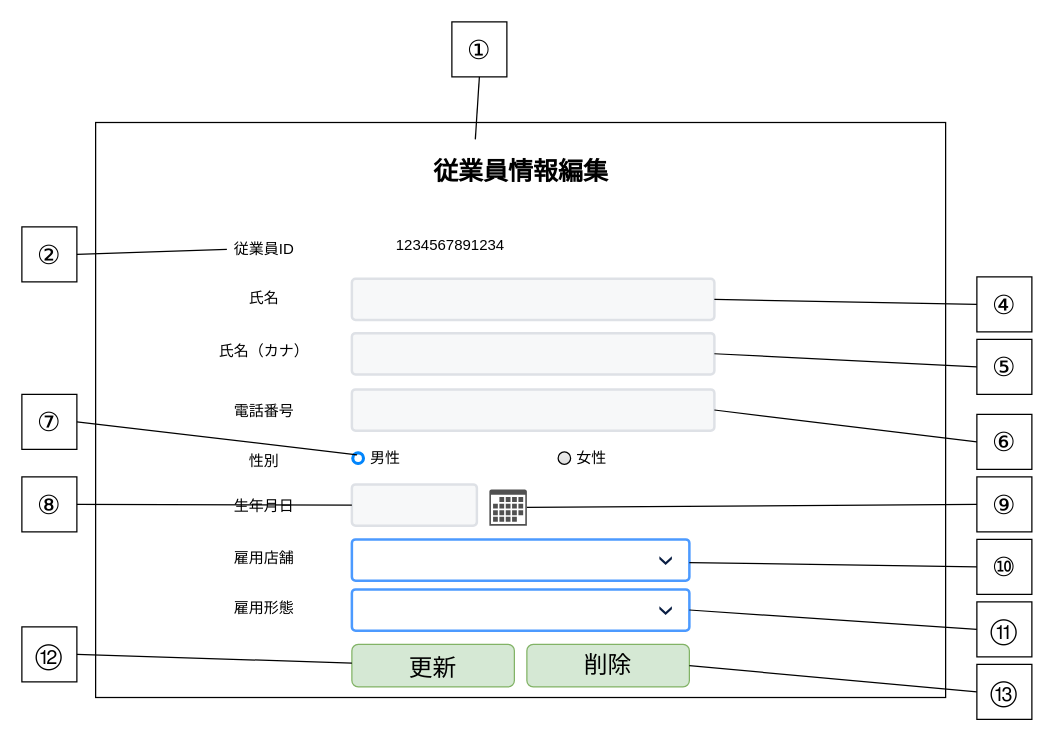
Above: page "従業員情報編集画面" (1 of 10) of 各種設計書/6.画面設計書/画面設計.drawio in HaruShim/Sotuken (draw.io), before the change. Source tidied: cells renumbered, new cells numbered last; positions are measured from the earlier drawing's top-left corner, leaving out a move shared by most shapes. Both pictures are drawn from the tidied source at 125%, with x=0, y=0 at pixel (21, 21).
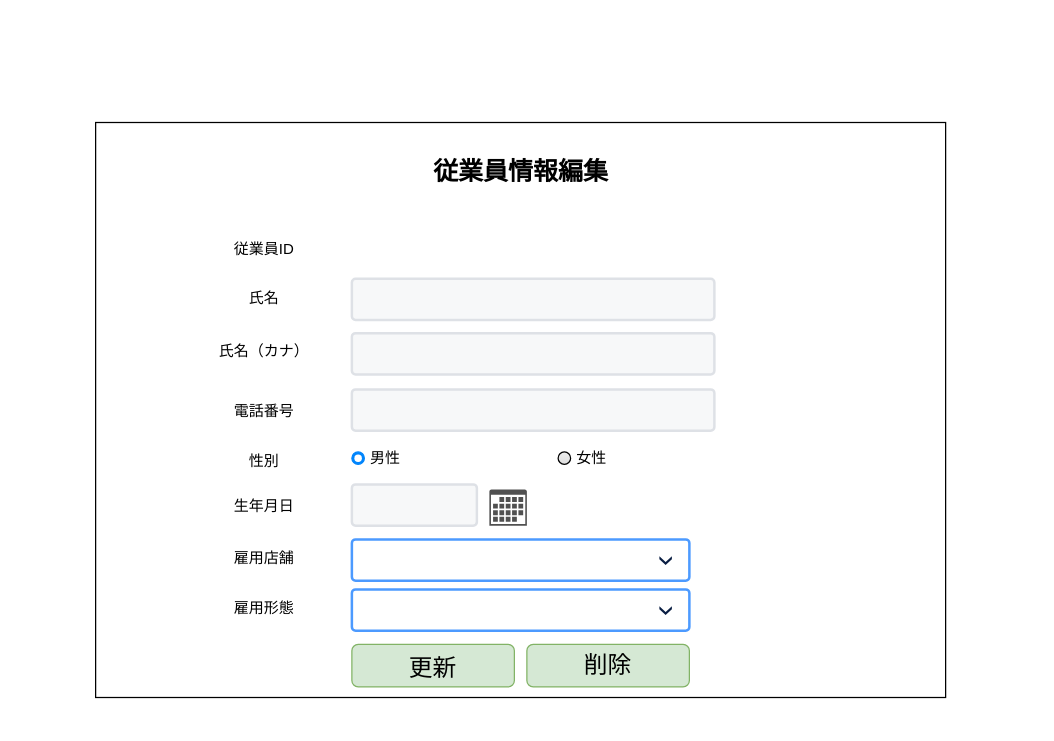
The same diagram, later.

The change refers to these unchanged cells:
```xml
<mxCell id="3" value="従業員情報編集" style="text;html=1;strokeColor=none;fillColor=none;align=center;verticalAlign=middle;whiteSpace=wrap;rounded=0;fontColor=default;fontStyle=1;fontSize=20;" parent="1" vertex="1">
  <mxGeometry x="326.5" y="94" width="145" height="50" as="geometry" />
</mxCell>
<mxCell id="4" value="従業員ID" style="text;html=1;strokeColor=none;fillColor=none;align=center;verticalAlign=middle;whiteSpace=wrap;rounded=0;" parent="1" vertex="1">
  <mxGeometry x="164" y="167" width="60" height="30" as="geometry" />
</mxCell>
<mxCell id="6" style="rounded=1;arcSize=9;fillColor=#F7F8F9;align=left;spacingLeft=5;strokeColor=#DEE1E6;html=1;strokeWidth=2;fontSize=12;" parent="1" vertex="1">
  <mxGeometry x="264" y="205.5" width="290" height="33" as="geometry" />
</mxCell>
<mxCell id="8" style="rounded=1;arcSize=9;fillColor=#F7F8F9;align=left;spacingLeft=5;strokeColor=#DEE1E6;html=1;strokeWidth=2;fontSize=12;" parent="1" vertex="1">
  <mxGeometry x="264" y="249" width="290" height="33" as="geometry" />
</mxCell>
<mxCell id="10" style="rounded=1;arcSize=9;fillColor=#F7F8F9;align=left;spacingLeft=5;strokeColor=#DEE1E6;html=1;strokeWidth=2;fontSize=12;" parent="1" vertex="1">
  <mxGeometry x="264" y="294" width="290" height="33" as="geometry" />
</mxCell>
<mxCell id="12" value="男性" style="html=1;shadow=0;dashed=0;shape=mxgraph.bootstrap.radioButton2;labelPosition=right;verticalLabelPosition=middle;align=left;verticalAlign=middle;gradientColor=#DEDEDE;fillColor=#EDEDED;checked=1;spacing=5;checkedFill=#0085FC;checkedStroke=#ffffff;sketch=0;" parent="1" vertex="1">
  <mxGeometry x="264" y="344" width="10" height="10" as="geometry" />
</mxCell>
<mxCell id="15" style="rounded=1;arcSize=9;fillColor=#F7F8F9;align=left;spacingLeft=5;strokeColor=#DEE1E6;html=1;strokeWidth=2;fontSize=12;" parent="1" vertex="1">
  <mxGeometry x="264" y="370" width="100" height="33" as="geometry" />
</mxCell>
<mxCell id="16" style="sketch=0;shadow=0;dashed=0;html=1;strokeColor=none;fillColor=#505050;labelPosition=center;verticalLabelPosition=bottom;verticalAlign=top;outlineConnect=0;align=center;shape=mxgraph.office.concepts.calendar;" parent="1" vertex="1">
  <mxGeometry x="374" y="374" width="30" height="29" as="geometry" />
</mxCell>
<mxCell id="19" style="rounded=1;arcSize=9;fillColor=#ffffff;strokeColor=#4C9AFF;html=1;strokeWidth=2;spacingLeft=30;fontColor=#000000;align=left;" parent="1" vertex="1">
  <mxGeometry x="264" y="414" width="270" height="33" as="geometry" />
</mxCell>
<mxCell id="21" style="rounded=1;arcSize=9;fillColor=#ffffff;strokeColor=#4C9AFF;html=1;strokeWidth=2;spacingLeft=30;fontColor=#000000;align=left;" parent="1" vertex="1">
  <mxGeometry x="264" y="454" width="270" height="33" as="geometry" />
</mxCell>
<mxCell id="23" value="&lt;span style=&quot;font-size: 27px&quot;&gt;&lt;span style=&quot;font-size: 19px&quot;&gt;更新&lt;/span&gt;&lt;/span&gt;" style="rounded=1;whiteSpace=wrap;html=1;align=center;labelBackgroundColor=none;fillColor=#d5e8d4;strokeColor=#82b366;" parent="1" vertex="1">
  <mxGeometry x="264" y="498" width="130" height="34" as="geometry" />
</mxCell>
<mxCell id="24" value="&lt;span style=&quot;font-size: 19px&quot;&gt;削除&lt;/span&gt;" style="rounded=1;whiteSpace=wrap;html=1;align=center;labelBackgroundColor=none;fillColor=#d5e8d4;strokeColor=#82b366;" parent="1" vertex="1">
  <mxGeometry x="404" y="498" width="130" height="34" as="geometry" />
</mxCell>
```

What changed in the source:
```diff
@@
-    <mxCell id="2" style="rounded=0;whiteSpace=wrap;html=1;fillColor=default;strokeColor=default;fontColor=default;" parent="1" vertex="1">
+    <mxCell id="2" style="rounded=0;whiteSpace=wrap;html=1;" parent="1" vertex="1">
       <mxGeometry x="59" y="80.5" width="680" height="460" as="geometry" />
     </mxCell>
@@
-    <mxCell id="25" parent="0" />
-    <mxCell id="26" value="②" style="whiteSpace=wrap;html=1;fontSize=21;" parent="25" vertex="1">
-      <mxGeometry y="164" width="44" height="44" as="geometry" />
-    </mxCell>
-    <mxCell id="27" style="endArrow=none;html=1;rounded=0;fontSize=19;entryX=1;entryY=0.5;entryDx=0;entryDy=0;exitX=0;exitY=0.5;exitDx=0;exitDy=0;" parent="25" edge="1" source="4" target="26">
-      <mxGeometry relative="1" as="geometry" />
-    </mxCell>
-    <mxCell id="28" value="①" style="whiteSpace=wrap;html=1;fontSize=21;" parent="25" vertex="1">
-      <mxGeometry x="344" width="44" height="44" as="geometry" />
-    </mxCell>
-    <mxCell id="29" style="endArrow=none;html=1;rounded=0;fontSize=19;entryX=0.5;entryY=1;entryDx=0;entryDy=0;exitX=0.25;exitY=0;exitDx=0;exitDy=0;" parent="25" edge="1" source="3" target="28">
-      <mxGeometry relative="1" as="geometry" />
-    </mxCell>
-    <mxCell id="30" value="④" style="whiteSpace=wrap;html=1;fontSize=21;" parent="25" vertex="1">
-      <mxGeometry x="764" y="204" width="44" height="44" as="geometry" />
-    </mxCell>
-    <mxCell id="31" style="endArrow=none;html=1;rounded=0;fontSize=19;exitX=1;exitY=0.5;exitDx=0;exitDy=0;entryX=0;entryY=0.5;entryDx=0;entryDy=0;" parent="25" edge="1" source="6" target="30">
-      <mxGeometry relative="1" as="geometry" />
-    </mxCell>
-    <mxCell id="32" value="⑤" style="whiteSpace=wrap;html=1;fontSize=21;" parent="25" vertex="1">
-      <mxGeometry x="764" y="254" width="44" height="44" as="geometry" />
-    </mxCell>
-    <mxCell id="33" style="endArrow=none;html=1;rounded=0;fontSize=19;exitX=1;exitY=0.5;exitDx=0;exitDy=0;entryX=0;entryY=0.5;entryDx=0;entryDy=0;" parent="25" edge="1" source="8" target="32">
-      <mxGeometry relative="1" as="geometry" />
-    </mxCell>
-    <mxCell id="34" value="⑥" style="whiteSpace=wrap;html=1;fontSize=21;" parent="25" vertex="1">
-      <mxGeometry x="764" y="314" width="44" height="44" as="geometry" />
-    </mxCell>
-    <mxCell id="35" style="endArrow=none;html=1;rounded=0;fontSize=19;entryX=0;entryY=0.5;entryDx=0;entryDy=0;exitX=1;exitY=0.5;exitDx=0;exitDy=0;" parent="25" edge="1" source="10" target="34">
-      <mxGeometry relative="1" as="geometry" />
-    </mxCell>
-    <mxCell id="36" value="⑨" style="whiteSpace=wrap;html=1;fontSize=21;" parent="25" vertex="1">
-      <mxGeometry x="764" y="364" width="44" height="44" as="geometry" />
-    </mxCell>
-    <mxCell id="37" style="endArrow=none;html=1;rounded=0;fontSize=19;entryX=0;entryY=0.5;entryDx=0;entryDy=0;" parent="25" edge="1" source="16" target="36">
-      <mxGeometry relative="1" as="geometry" />
-    </mxCell>
-    <mxCell id="38" value="⑩" style="whiteSpace=wrap;html=1;fontSize=21;" parent="25" vertex="1">
-      <mxGeometry x="764" y="414" width="44" height="44" as="geometry" />
-    </mxCell>
-    <mxCell id="39" style="endArrow=none;html=1;rounded=0;fontSize=19;entryX=0;entryY=0.5;entryDx=0;entryDy=0;" parent="25" edge="1" source="19" target="38">
-      <mxGeometry relative="1" as="geometry" />
-    </mxCell>
-    <mxCell id="40" value="⑪" style="whiteSpace=wrap;html=1;fontSize=21;" parent="25" vertex="1">
-      <mxGeometry x="764" y="464" width="44" height="44" as="geometry" />
-    </mxCell>
-    <mxCell id="41" style="endArrow=none;html=1;rounded=0;fontSize=19;entryX=0;entryY=0.5;entryDx=0;entryDy=0;exitX=1;exitY=0.5;exitDx=0;exitDy=0;" parent="25" edge="1" source="21" target="40">
-      <mxGeometry relative="1" as="geometry" />
-    </mxCell>
-    <mxCell id="42" value="⑫" style="whiteSpace=wrap;html=1;fontSize=21;" parent="25" vertex="1">
-      <mxGeometry y="484" width="44" height="44" as="geometry" />
-    </mxCell>
-    <mxCell id="43" style="endArrow=none;html=1;rounded=0;fontSize=19;entryX=1;entryY=0.5;entryDx=0;entryDy=0;" parent="25" edge="1" source="23" target="42">
-      <mxGeometry relative="1" as="geometry" />
-    </mxCell>
-    <mxCell id="44" value="⑧" style="whiteSpace=wrap;html=1;fontSize=21;" parent="25" vertex="1">
-      <mxGeometry y="364" width="44" height="44" as="geometry" />
-    </mxCell>
-    <mxCell id="45" style="endArrow=none;html=1;rounded=0;fontSize=19;entryX=1;entryY=0.5;entryDx=0;entryDy=0;exitX=0;exitY=0.5;exitDx=0;exitDy=0;" parent="25" edge="1" source="15" target="44">
-      <mxGeometry relative="1" as="geometry" />
-    </mxCell>
-    <mxCell id="46" value="⑦" style="whiteSpace=wrap;html=1;fontSize=21;" parent="25" vertex="1">
-      <mxGeometry y="298" width="44" height="44" as="geometry" />
-    </mxCell>
-    <mxCell id="47" style="endArrow=none;html=1;rounded=0;fontSize=19;entryX=1;entryY=0.5;entryDx=0;entryDy=0;exitX=0.416;exitY=0.239;exitDx=0;exitDy=0;exitPerimeter=0;" parent="25" edge="1" source="12" target="46">
-      <mxGeometry relative="1" as="geometry" />
-    </mxCell>
-    <mxCell id="48" value="⑬" style="whiteSpace=wrap;html=1;fontSize=21;" parent="25" vertex="1">
-      <mxGeometry x="764" y="514" width="44" height="44" as="geometry" />
-    </mxCell>
-    <mxCell id="49" style="endArrow=none;html=1;rounded=0;fontSize=19;entryX=0;entryY=0.5;entryDx=0;entryDy=0;exitX=1;exitY=0.5;exitDx=0;exitDy=0;" parent="25" edge="1" source="24" target="48">
-      <mxGeometry relative="1" as="geometry" />
-    </mxCell>
-    <mxCell id="50" value="1234567891234" style="text;html=1;strokeColor=none;fillColor=none;align=center;verticalAlign=middle;whiteSpace=wrap;rounded=0;" parent="25" vertex="1">
-      <mxGeometry x="293" y="164" width="100" height="30" as="geometry" />
-    </mxCell>
```
